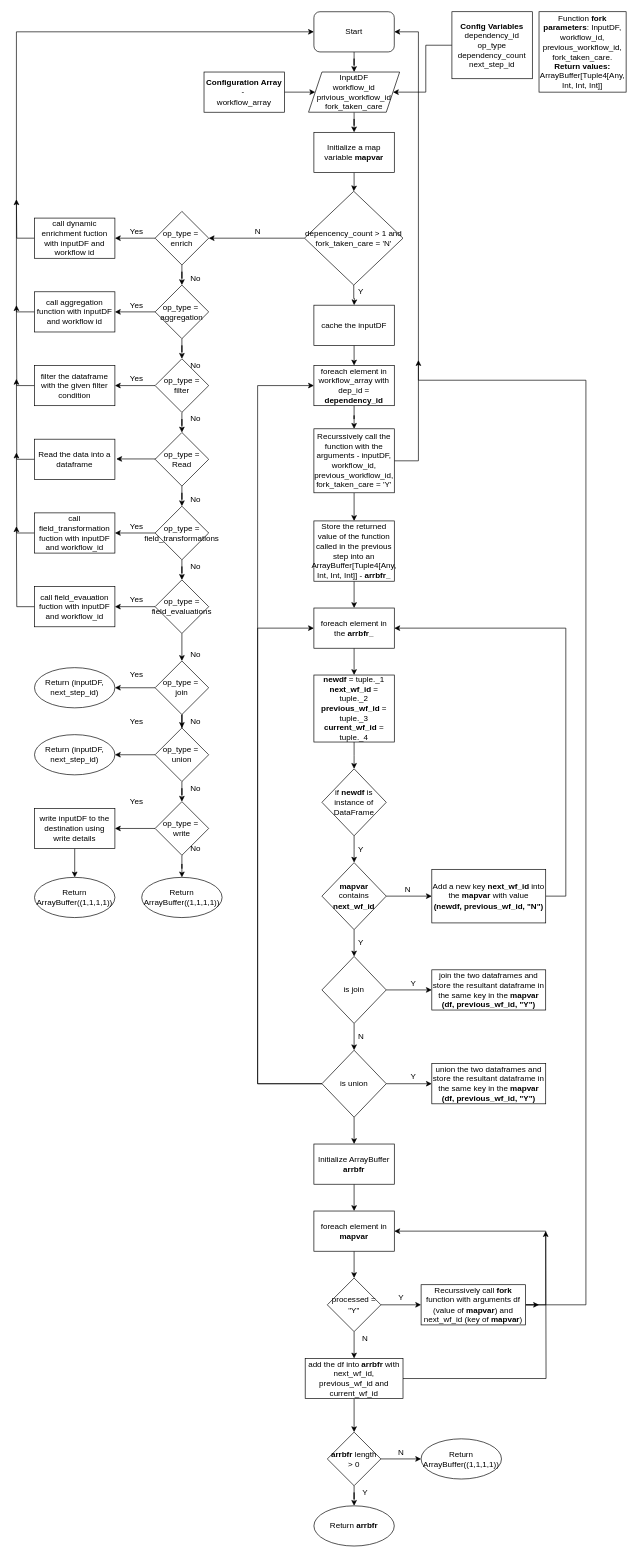
The draw.io diagram page "updated workflow" (6 of 6) of appagggrp3.drawio in praneethsai83/GenericProcessing, before the edit. Source tidied: cells renumbered, new cells numbered last; positions are measured from the earlier drawing's top-left corner, leaving out a move shared by most shapes. Both pictures are drawn from the tidied source at 67%, with x=0, y=0 at pixel (16, 11).
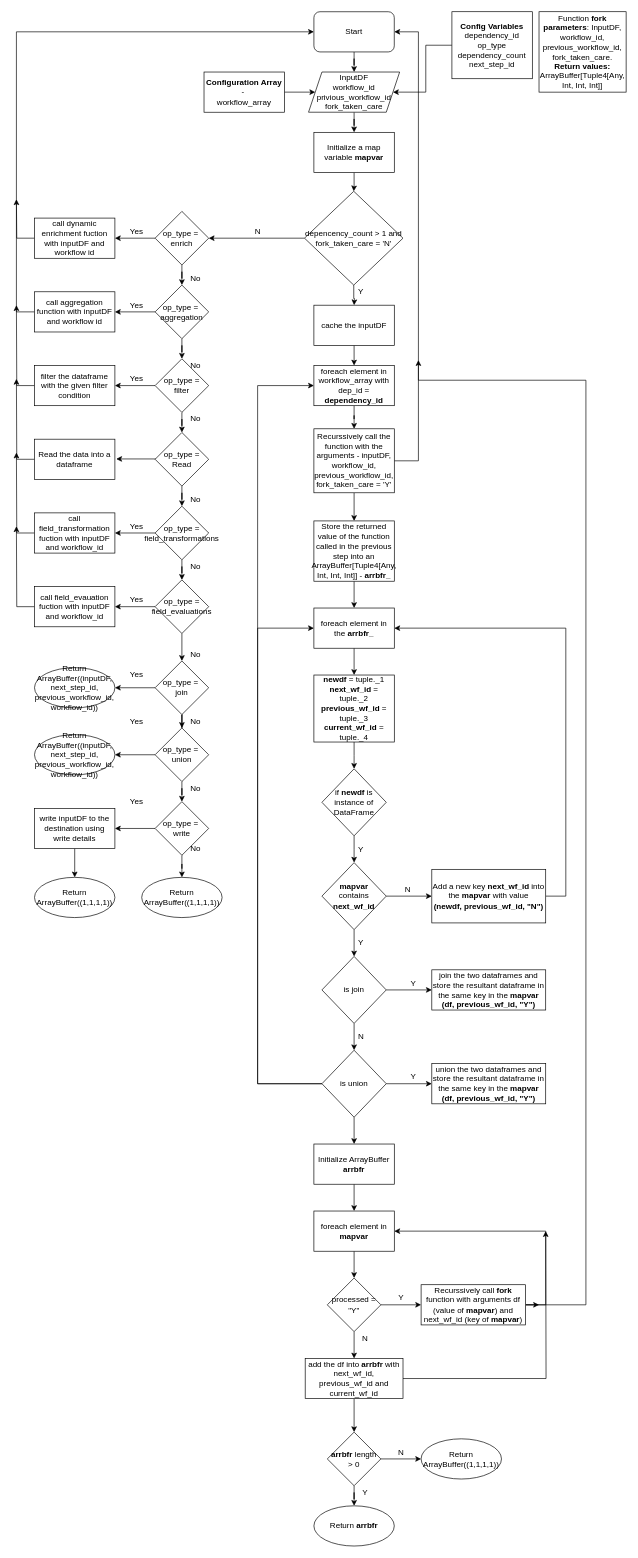
The same diagram, later.

Change to the diagram source:
```diff
@@
-    <mxCell id="89" value="Return (inputDF, next_step_id)" style="ellipse;whiteSpace=wrap;html=1;" parent="1" vertex="1">
+    <mxCell id="89" value="Return ArrayBuffer((inputDF, next_step_id, previous_workflow_id, workflow_id))" style="ellipse;whiteSpace=wrap;html=1;" parent="1" vertex="1">
       <mxGeometry x="27" y="1079" width="120" height="60" as="geometry" />
     </mxCell>
@@
-    <mxCell id="121" value="Return (inputDF, next_step_id)" style="ellipse;whiteSpace=wrap;html=1;" parent="1" vertex="1">
+    <mxCell id="121" value="Return ArrayBuffer((inputDF, next_step_id, previous_workflow_id, workflow_id))" style="ellipse;whiteSpace=wrap;html=1;" parent="1" vertex="1">
       <mxGeometry x="27" y="979" width="120" height="60" as="geometry" />
     </mxCell>
```
